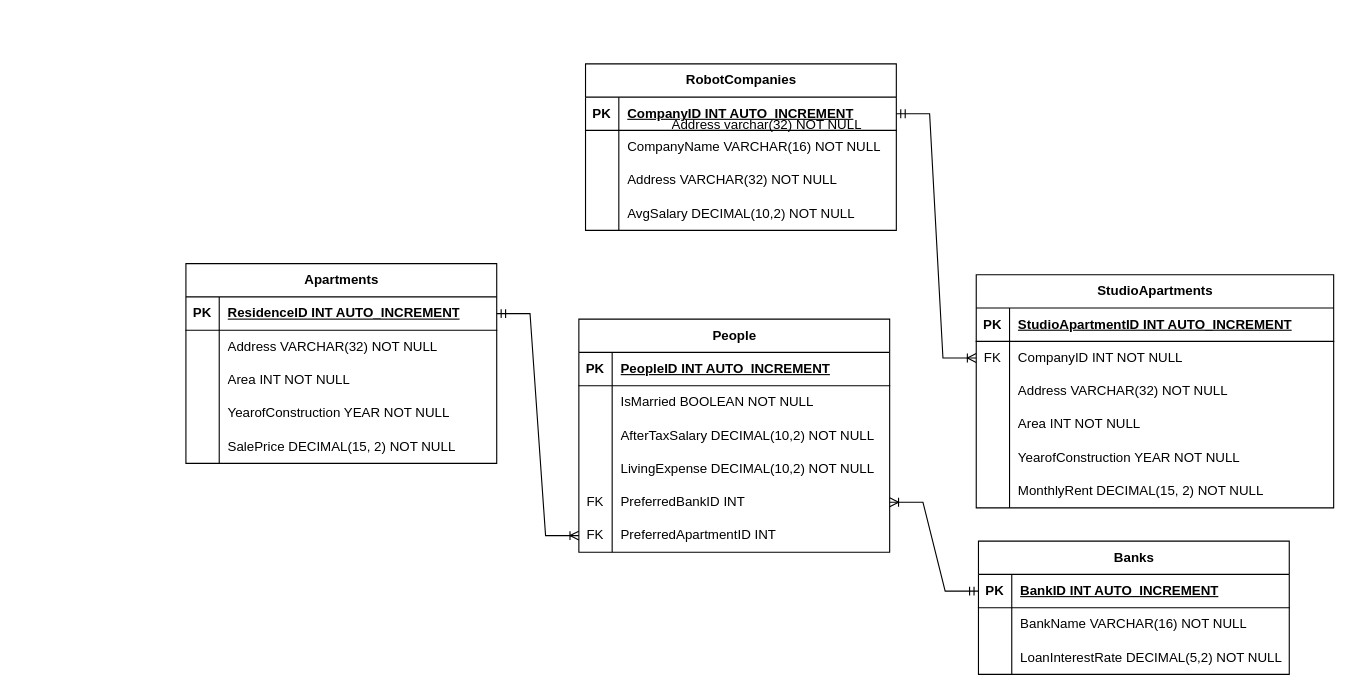
Earlier version of the draw.io diagram Home Sweet Home_new.drawio (Jubin-Kang/eda_team_project_hsh). Source tidied: cells renumbered, new cells numbered last; positions are measured from the earlier drawing's top-left corner, leaving out a move shared by most shapes. Both pictures are drawn from the tidied source at 111%, with x=0, y=0 at pixel (185, 48).
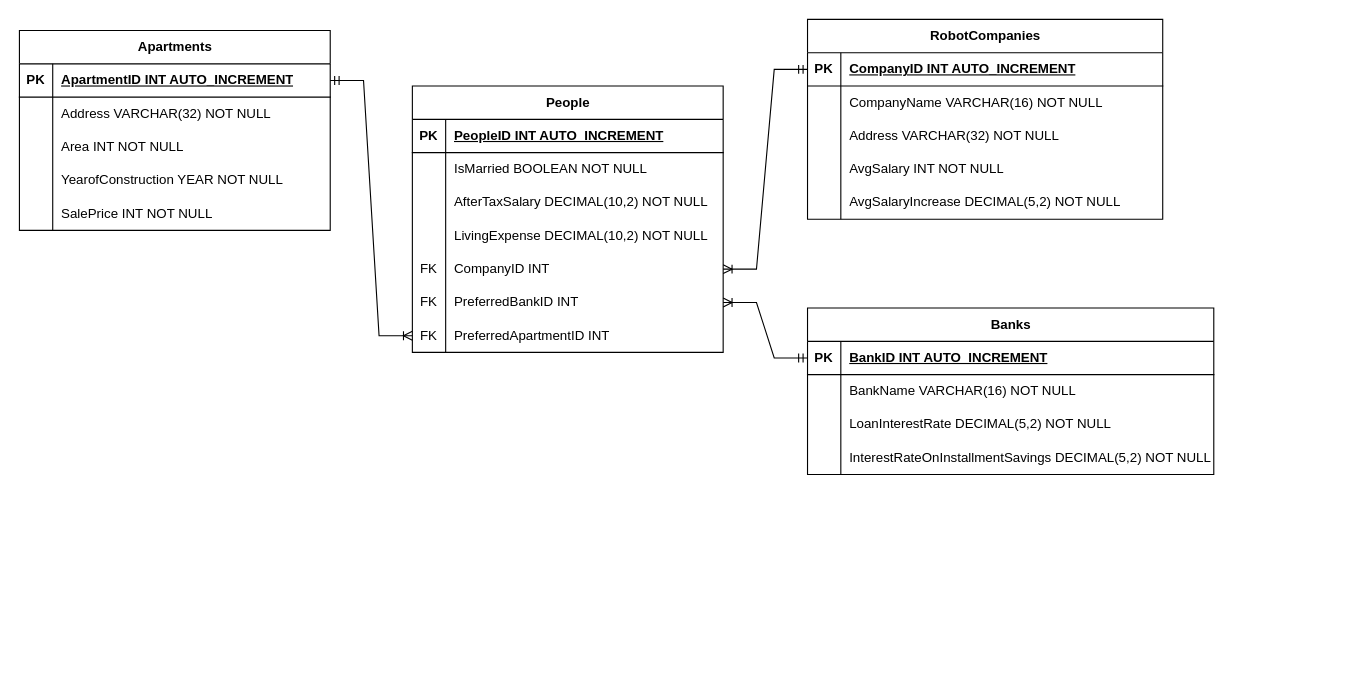
The same diagram, later.

Unchanged cells that the change refers to:
```xml
<mxCell id="16" style="shape=tableRow;horizontal=0;startSize=0;swimlaneHead=0;swimlaneBody=0;fillColor=none;points=[[0,0.5],[1,0.5]];portConstraint=eastwest;top=0;left=0;right=0;bottom=1;" parent="15" vertex="1">
  <mxGeometry y="30" width="280" height="30" as="geometry" />
</mxCell>
<mxCell id="28" style="shape=tableRow;horizontal=0;startSize=0;swimlaneHead=0;swimlaneBody=0;fillColor=none;top=0;left=0;right=0;bottom=0;" parent="15" vertex="1">
  <mxGeometry y="150" width="280" height="30" as="geometry" />
</mxCell>
```

What changed in the source:
```diff
@@
     <mxCell id="2" value="RobotCompanies" style="shape=table;startSize=30;childLayout=tableLayout;rowLines=0;fontStyle=1;align=center;html=1;" parent="1" vertex="1">
-      <mxGeometry x="360" y="14" width="280" height="150" as="geometry" />
+      <mxGeometry x="560" y="-26" width="320" height="180" as="geometry" />
     </mxCell>
     <mxCell id="3" style="shape=tableRow;horizontal=0;startSize=0;swimlaneHead=0;swimlaneBody=0;fillColor=none;points=[[0,0.5],[1,0.5]];portConstraint=eastwest;top=0;left=0;right=0;bottom=1;" parent="2" vertex="1">
-      <mxGeometry y="30" width="280" height="30" as="geometry" />
+      <mxGeometry y="30" width="320" height="30" as="geometry" />
     </mxCell>
@@
     <mxCell id="5" value="CompanyID INT AUTO_INCREMENT" style="shape=partialRectangle;fillColor=none;top=0;left=0;bottom=0;right=0;align=left;spacingLeft=6;fontStyle=5;overflow=hidden;whiteSpace=wrap;html=1;" parent="3" vertex="1">
-      <mxGeometry x="30" width="250" height="30" as="geometry" />
+      <mxGeometry x="30" width="290" height="30" as="geometry" />
     </mxCell>
     <mxCell id="6" style="shape=tableRow;horizontal=0;startSize=0;swimlaneHead=0;swimlaneBody=0;fillColor=none;top=0;left=0;right=0;bottom=0;" parent="2" vertex="1">
-      <mxGeometry y="60" width="280" height="30" as="geometry" />
+      <mxGeometry y="60" width="320" height="30" as="geometry" />
     </mxCell>
@@
     <mxCell id="8" value="CompanyName VARCHAR(16) NOT NULL" style="shape=partialRectangle;fillColor=none;top=0;left=0;bottom=0;right=0;align=left;spacingLeft=6;overflow=hidden;whiteSpace=wrap;html=1;" parent="6" vertex="1">
-      <mxGeometry x="30" width="250" height="30" as="geometry" />
+      <mxGeometry x="30" width="290" height="30" as="geometry" />
     </mxCell>
     <mxCell id="9" style="shape=tableRow;horizontal=0;startSize=0;swimlaneHead=0;swimlaneBody=0;fillColor=none;top=0;left=0;right=0;bottom=0;" parent="2" vertex="1">
-      <mxGeometry y="90" width="280" height="30" as="geometry" />
+      <mxGeometry y="90" width="320" height="30" as="geometry" />
     </mxCell>
@@
     <mxCell id="11" value="Address VARCHAR(32) NOT NULL" style="shape=partialRectangle;fillColor=none;top=0;left=0;bottom=0;right=0;align=left;spacingLeft=6;overflow=hidden;whiteSpace=wrap;html=1;" parent="9" vertex="1">
-      <mxGeometry x="30" width="250" height="30" as="geometry" />
+      <mxGeometry x="30" width="290" height="30" as="geometry" />
     </mxCell>
     <mxCell id="12" style="shape=tableRow;horizontal=0;startSize=0;swimlaneHead=0;swimlaneBody=0;fillColor=none;top=0;left=0;right=0;bottom=0;" parent="2" vertex="1">
-      <mxGeometry y="120" width="280" height="30" as="geometry" />
+      <mxGeometry y="120" width="320" height="30" as="geometry" />
     </mxCell>
@@
-    <mxCell id="14" value="AvgSalary DECIMAL(10,2) NOT NULL" style="shape=partialRectangle;fillColor=none;top=0;left=0;bottom=0;right=0;align=left;spacingLeft=6;overflow=hidden;whiteSpace=wrap;html=1;" parent="12" vertex="1">
-      <mxGeometry x="30" width="250" height="30" as="geometry" />
+    <mxCell id="14" value="AvgSalary INT NOT NULL" style="shape=partialRectangle;fillColor=none;top=0;left=0;bottom=0;right=0;align=left;spacingLeft=6;overflow=hidden;whiteSpace=wrap;html=1;" parent="12" vertex="1">
+      <mxGeometry x="30" width="290" height="30" as="geometry" />
     </mxCell>
+    <mxCell id="83" style="shape=tableRow;horizontal=0;startSize=0;swimlaneHead=0;swimlaneBody=0;fillColor=none;top=0;left=0;right=0;bottom=0;" parent="2" vertex="1">
+      <mxGeometry y="150" width="320" height="30" as="geometry" />
+    </mxCell>
+    <mxCell id="84" style="shape=partialRectangle;fillColor=none;top=0;left=0;bottom=0;right=0;overflow=hidden;whiteSpace=wrap;html=1;" parent="83" vertex="1">
+      <mxGeometry width="30" height="30" as="geometry" />
+    </mxCell>
+    <mxCell id="85" value="AvgSalaryIncrease DECIMAL(5,2) NOT NULL" style="shape=partialRectangle;fillColor=none;top=0;left=0;bottom=0;right=0;align=left;spacingLeft=6;overflow=hidden;whiteSpace=wrap;html=1;" parent="83" vertex="1">
+      <mxGeometry x="30" width="290" height="30" as="geometry" />
+    </mxCell>
     <mxCell id="15" value="Apartments" style="shape=table;startSize=30;childLayout=tableLayout;rowLines=0;fontStyle=1;align=center;html=1;" parent="1" vertex="1">
-      <mxGeometry y="194" width="280" height="180" as="geometry" />
+      <mxGeometry x="-150" y="-16" width="280" height="180" as="geometry" />
     </mxCell>
@@
-    <mxCell id="18" value="ResidenceID INT AUTO_INCREMENT" style="shape=partialRectangle;fillColor=none;top=0;left=0;bottom=0;right=0;align=left;spacingLeft=6;fontStyle=5;overflow=hidden;whiteSpace=wrap;html=1;" parent="16" vertex="1">
+    <mxCell id="18" value="ApartmentID INT AUTO_INCREMENT" style="shape=partialRectangle;fillColor=none;top=0;left=0;bottom=0;right=0;align=left;spacingLeft=6;fontStyle=5;overflow=hidden;whiteSpace=wrap;html=1;" parent="16" vertex="1">
       <mxGeometry x="30" width="250" height="30" as="geometry" />
     </mxCell>
@@
-    <mxCell id="30" value="SalePrice DECIMAL(15, 2) NOT NULL" style="shape=partialRectangle;fillColor=none;top=0;left=0;bottom=0;right=0;align=left;spacingLeft=6;overflow=hidden;whiteSpace=wrap;html=1;" parent="28" vertex="1">
+    <mxCell id="30" value="SalePrice INT NOT NULL" style="shape=partialRectangle;fillColor=none;top=0;left=0;bottom=0;right=0;align=left;spacingLeft=6;overflow=hidden;whiteSpace=wrap;html=1;" parent="28" vertex="1">
       <mxGeometry x="30" width="250" height="30" as="geometry" />
     </mxCell>
-    <mxCell id="31" style="edgeStyle=entityRelationEdgeStyle;fontSize=12;html=1;endArrow=ERoneToMany;startArrow=ERmandOne;rounded=0;exitX=1;exitY=0.5;exitDx=0;exitDy=0;entryX=0;entryY=0.5;entryDx=0;entryDy=0;" parent="1" edge="1" source="3" target="66">
-      <mxGeometry relative="1" as="geometry">
-        <Array as="points">
-          <mxPoint x="690" />
-          <mxPoint x="690" y="10" />
-        </Array>
-      </mxGeometry>
-    </mxCell>
     <mxCell id="32" value="People" style="shape=table;startSize=30;childLayout=tableLayout;rowLines=0;fontStyle=1;align=center;html=1;" parent="1" vertex="1">
-      <mxGeometry x="354" y="244" width="280" height="210" as="geometry" />
+      <mxGeometry x="204" y="34" width="280" height="240" as="geometry" />
     </mxCell>
@@
+    <mxCell id="86" style="shape=tableRow;horizontal=0;startSize=0;swimlaneHead=0;swimlaneBody=0;fillColor=none;points=[[0,0.5],[1,0.5]];portConstraint=eastwest;top=0;left=0;right=0;bottom=0;" parent="32" vertex="1">
+      <mxGeometry y="150" width="280" height="30" as="geometry" />
+    </mxCell>
+    <mxCell id="67" value="FK" style="shape=partialRectangle;fillColor=none;top=0;left=0;bottom=0;right=0;overflow=hidden;whiteSpace=wrap;html=1;" parent="86" vertex="1">
+      <mxGeometry width="30" height="30" as="geometry" />
+    </mxCell>
+    <mxCell id="87" value="CompanyID INT" style="shape=partialRectangle;fillColor=none;top=0;left=0;bottom=0;right=0;align=left;spacingLeft=6;overflow=hidden;whiteSpace=wrap;html=1;" parent="86" vertex="1">
+      <mxGeometry x="30" width="250" height="30" as="geometry" />
+    </mxCell>
     <mxCell id="45" style="shape=tableRow;horizontal=0;startSize=0;swimlaneHead=0;swimlaneBody=0;fillColor=none;points=[[0,0.5],[1,0.5]];portConstraint=eastwest;top=0;left=0;right=0;bottom=0;" parent="32" vertex="1">
-      <mxGeometry y="150" width="280" height="30" as="geometry" />
+      <mxGeometry y="180" width="280" height="30" as="geometry" />
     </mxCell>
@@
     <mxCell id="48" style="shape=tableRow;horizontal=0;startSize=0;swimlaneHead=0;swimlaneBody=0;fillColor=none;points=[[0,0.5],[1,0.5]];portConstraint=eastwest;top=0;left=0;right=0;bottom=0;" parent="32" vertex="1">
-      <mxGeometry y="180" width="280" height="30" as="geometry" />
+      <mxGeometry y="210" width="280" height="30" as="geometry" />
     </mxCell>
@@
     <mxCell id="51" value="Banks" style="shape=table;startSize=30;childLayout=tableLayout;rowLines=0;fontStyle=1;align=center;html=1;" parent="1" vertex="1">
-      <mxGeometry x="714" y="444" width="280" height="120" as="geometry" />
+      <mxGeometry x="560" y="234" width="366" height="150" as="geometry" />
     </mxCell>
     <mxCell id="52" style="shape=tableRow;horizontal=0;startSize=0;swimlaneHead=0;swimlaneBody=0;fillColor=none;points=[[0,0.5],[1,0.5]];portConstraint=eastwest;top=0;left=0;right=0;bottom=1;" parent="51" vertex="1">
-      <mxGeometry y="30" width="280" height="30" as="geometry" />
+      <mxGeometry y="30" width="366" height="30" as="geometry" />
     </mxCell>
@@
     <mxCell id="54" value="BankID INT AUTO_INCREMENT" style="shape=partialRectangle;fillColor=none;top=0;left=0;bottom=0;right=0;align=left;spacingLeft=6;fontStyle=5;overflow=hidden;whiteSpace=wrap;html=1;" parent="52" vertex="1">
-      <mxGeometry x="30" width="250" height="30" as="geometry" />
+      <mxGeometry x="30" width="336" height="30" as="geometry" />
     </mxCell>
     <mxCell id="55" style="shape=tableRow;horizontal=0;startSize=0;swimlaneHead=0;swimlaneBody=0;fillColor=none;top=0;left=0;right=0;bottom=0;" parent="51" vertex="1">
-      <mxGeometry y="60" width="280" height="30" as="geometry" />
+      <mxGeometry y="60" width="366" height="30" as="geometry" />
     </mxCell>
@@
     <mxCell id="57" value="BankName VARCHAR(16) NOT NULL" style="shape=partialRectangle;fillColor=none;top=0;left=0;bottom=0;right=0;align=left;spacingLeft=6;overflow=hidden;whiteSpace=wrap;html=1;" parent="55" vertex="1">
-      <mxGeometry x="30" width="250" height="30" as="geometry" />
+      <mxGeometry x="30" width="336" height="30" as="geometry" />
     </mxCell>
     <mxCell id="58" style="shape=tableRow;horizontal=0;startSize=0;swimlaneHead=0;swimlaneBody=0;fillColor=none;top=0;left=0;right=0;bottom=0;" parent="51" vertex="1">
-      <mxGeometry y="90" width="280" height="30" as="geometry" />
+      <mxGeometry y="90" width="366" height="30" as="geometry" />
     </mxCell>
@@
     <mxCell id="60" value="LoanInterestRate DECIMAL(5,2) NOT NULL" style="shape=partialRectangle;fillColor=none;top=0;left=0;bottom=0;right=0;align=left;spacingLeft=6;overflow=hidden;whiteSpace=wrap;html=1;" parent="58" vertex="1">
-      <mxGeometry x="30" width="250" height="30" as="geometry" />
+      <mxGeometry x="30" width="336" height="30" as="geometry" />
     </mxCell>
+    <mxCell id="88" style="shape=tableRow;horizontal=0;startSize=0;swimlaneHead=0;swimlaneBody=0;fillColor=none;top=0;left=0;right=0;bottom=0;" parent="51" vertex="1">
+      <mxGeometry y="120" width="366" height="30" as="geometry" />
+    </mxCell>
+    <mxCell id="89" style="shape=partialRectangle;fillColor=none;top=0;left=0;bottom=0;right=0;overflow=hidden;whiteSpace=wrap;html=1;" parent="88" vertex="1">
+      <mxGeometry width="30" height="30" as="geometry" />
+    </mxCell>
+    <mxCell id="90" value="InterestRateOnInstallmentSavings DECIMAL(5,2) NOT NULL" style="shape=partialRectangle;fillColor=none;top=0;left=0;bottom=0;right=0;align=left;spacingLeft=6;overflow=hidden;whiteSpace=wrap;html=1;" parent="88" vertex="1">
+      <mxGeometry x="30" width="336" height="30" as="geometry" />
+    </mxCell>
     <mxCell id="61" style="edgeStyle=entityRelationEdgeStyle;fontSize=12;html=1;endArrow=ERoneToMany;startArrow=ERmandOne;rounded=0;exitX=0;exitY=0.5;exitDx=0;exitDy=0;entryX=1;entryY=0.5;entryDx=0;entryDy=0;" parent="1" edge="1" source="52" target="45">
       <mxGeometry relative="1" as="geometry">
         <Array as="points">
-          <mxPoint x="646" y="425" />
-          <mxPoint x="646" y="435" />
+          <mxPoint x="546" y="405" />
+          <mxPoint x="546" y="415" />
         </Array>
       </mxGeometry>
     </mxCell>
-    <mxCell id="62" value="StudioApartments" style="shape=table;startSize=30;childLayout=tableLayout;rowLines=0;fontStyle=1;align=center;html=1;" parent="1" vertex="1">
-      <mxGeometry x="712" y="204" width="322" height="210" as="geometry" />
-    </mxCell>
-    <mxCell id="63" style="shape=tableRow;horizontal=0;startSize=0;swimlaneHead=0;swimlaneBody=0;fillColor=none;top=0;left=0;right=0;bottom=1;" parent="62" vertex="1">
-      <mxGeometry y="30" width="322" height="30" as="geometry" />
-    </mxCell>
-    <mxCell id="64" value="PK" style="shape=partialRectangle;fillColor=none;top=0;left=0;bottom=0;right=0;fontStyle=1;overflow=hidden;whiteSpace=wrap;html=1;" parent="63" vertex="1">
-      <mxGeometry width="30" height="30" as="geometry" />
-    </mxCell>
-    <mxCell id="65" value="StudioApartmentID INT AUTO_INCREMENT" style="shape=partialRectangle;fillColor=none;top=0;left=0;bottom=0;right=0;align=left;spacingLeft=6;fontStyle=5;overflow=hidden;whiteSpace=wrap;html=1;" parent="63" vertex="1">
-      <mxGeometry x="30" width="292" height="30" as="geometry" />
-    </mxCell>
-    <mxCell id="66" style="shape=tableRow;horizontal=0;startSize=0;swimlaneHead=0;swimlaneBody=0;fillColor=none;points=[[0,0.5],[1,0.5]];portConstraint=eastwest;top=0;left=0;right=0;bottom=0;" parent="62" vertex="1">
-      <mxGeometry y="60" width="322" height="30" as="geometry" />
-    </mxCell>
-    <mxCell id="67" value="FK" style="shape=partialRectangle;fillColor=none;top=0;left=0;bottom=0;right=0;overflow=hidden;whiteSpace=wrap;html=1;" parent="66" vertex="1">
-      <mxGeometry width="30" height="30" as="geometry" />
-    </mxCell>
-    <mxCell id="68" value="CompanyID INT NOT NULL" style="shape=partialRectangle;fillColor=none;top=0;left=0;bottom=0;right=0;align=left;spacingLeft=6;overflow=hidden;whiteSpace=wrap;html=1;" parent="66" vertex="1">
-      <mxGeometry x="30" width="292" height="30" as="geometry" />
-    </mxCell>
-    <mxCell id="69" style="shape=tableRow;horizontal=0;startSize=0;swimlaneHead=0;swimlaneBody=0;fillColor=none;top=0;left=0;right=0;bottom=0;" parent="62" vertex="1">
-      <mxGeometry y="90" width="322" height="30" as="geometry" />
-    </mxCell>
-    <mxCell id="70" style="shape=partialRectangle;fillColor=none;top=0;left=0;bottom=0;right=0;overflow=hidden;whiteSpace=wrap;html=1;" parent="69" vertex="1">
-      <mxGeometry width="30" height="30" as="geometry" />
-    </mxCell>
-    <mxCell id="71" value="Address VARCHAR(32) NOT NULL" style="shape=partialRectangle;fillColor=none;top=0;left=0;bottom=0;right=0;align=left;spacingLeft=6;overflow=hidden;whiteSpace=wrap;html=1;" parent="69" vertex="1">
-      <mxGeometry x="30" width="292" height="30" as="geometry" />
-    </mxCell>
-    <mxCell id="72" style="shape=tableRow;horizontal=0;startSize=0;swimlaneHead=0;swimlaneBody=0;fillColor=none;top=0;left=0;right=0;bottom=0;" parent="62" vertex="1">
-      <mxGeometry y="120" width="322" height="30" as="geometry" />
-    </mxCell>
-    <mxCell id="73" style="shape=partialRectangle;fillColor=none;top=0;left=0;bottom=0;right=0;overflow=hidden;whiteSpace=wrap;html=1;" parent="72" vertex="1">
-      <mxGeometry width="30" height="30" as="geometry" />
-    </mxCell>
-    <mxCell id="74" value="Area INT NOT NULL" style="shape=partialRectangle;fillColor=none;top=0;left=0;bottom=0;right=0;align=left;spacingLeft=6;overflow=hidden;whiteSpace=wrap;html=1;" parent="72" vertex="1">
-      <mxGeometry x="30" width="292" height="30" as="geometry" />
-    </mxCell>
-    <mxCell id="75" style="shape=tableRow;horizontal=0;startSize=0;swimlaneHead=0;swimlaneBody=0;fillColor=none;top=0;left=0;right=0;bottom=0;" parent="62" vertex="1">
-      <mxGeometry y="150" width="322" height="30" as="geometry" />
-    </mxCell>
-    <mxCell id="76" style="shape=partialRectangle;fillColor=none;top=0;left=0;bottom=0;right=0;overflow=hidden;whiteSpace=wrap;html=1;" parent="75" vertex="1">
-      <mxGeometry width="30" height="30" as="geometry" />
-    </mxCell>
-    <mxCell id="77" value="YearofConstruction YEAR NOT NULL" style="shape=partialRectangle;fillColor=none;top=0;left=0;bottom=0;right=0;align=left;spacingLeft=6;overflow=hidden;whiteSpace=wrap;html=1;" parent="75" vertex="1">
-      <mxGeometry x="30" width="292" height="30" as="geometry" />
-    </mxCell>
-    <mxCell id="78" style="shape=tableRow;horizontal=0;startSize=0;swimlaneHead=0;swimlaneBody=0;fillColor=none;top=0;left=0;right=0;bottom=0;" parent="62" vertex="1">
-      <mxGeometry y="180" width="322" height="30" as="geometry" />
-    </mxCell>
-    <mxCell id="79" style="shape=partialRectangle;fillColor=none;top=0;left=0;bottom=0;right=0;overflow=hidden;whiteSpace=wrap;html=1;" parent="78" vertex="1">
-      <mxGeometry width="30" height="30" as="geometry" />
-    </mxCell>
-    <mxCell id="80" value="MonthlyRent DECIMAL(15, 2) NOT NULL" style="shape=partialRectangle;fillColor=none;top=0;left=0;bottom=0;right=0;align=left;spacingLeft=6;overflow=hidden;whiteSpace=wrap;html=1;" parent="78" vertex="1">
-      <mxGeometry x="30" width="292" height="30" as="geometry" />
-    </mxCell>
     <mxCell id="81" style="edgeStyle=entityRelationEdgeStyle;fontSize=12;html=1;endArrow=ERoneToMany;startArrow=ERmandOne;rounded=0;exitX=1;exitY=0.5;exitDx=0;exitDy=0;entryX=0;entryY=0.5;entryDx=0;entryDy=0;" parent="1" edge="1" source="16" target="48">
       <mxGeometry relative="1" as="geometry">
         <Array as="points">
-          <mxPoint x="332" y="470" />
-          <mxPoint x="332" y="480" />
+          <mxPoint x="182" y="260" />
+          <mxPoint x="182" y="270" />
         </Array>
       </mxGeometry>
     </mxCell>
-    <mxCell id="82" value="Address varchar(32) NOT NULL" style="shape=partialRectangle;fillColor=none;top=0;left=0;bottom=0;right=0;align=left;spacingLeft=6;overflow=hidden;whiteSpace=wrap;html=1;" parent="1" vertex="1">
-      <mxGeometry x="430" y="54" width="250" height="30" as="geometry" />
-    </mxCell>
+    <mxCell id="91" style="edgeStyle=entityRelationEdgeStyle;fontSize=12;html=1;endArrow=ERoneToMany;startArrow=ERmandOne;rounded=0;exitX=0;exitY=0.5;exitDx=0;exitDy=0;entryX=1;entryY=0.5;entryDx=0;entryDy=0;" parent="1" edge="1" source="3" target="86">
+      <mxGeometry relative="1" as="geometry">
+        <Array as="points">
+          <mxPoint x="622" y="340" />
+          <mxPoint x="622" y="350" />
+        </Array>
+      </mxGeometry>
+    </mxCell>
```
